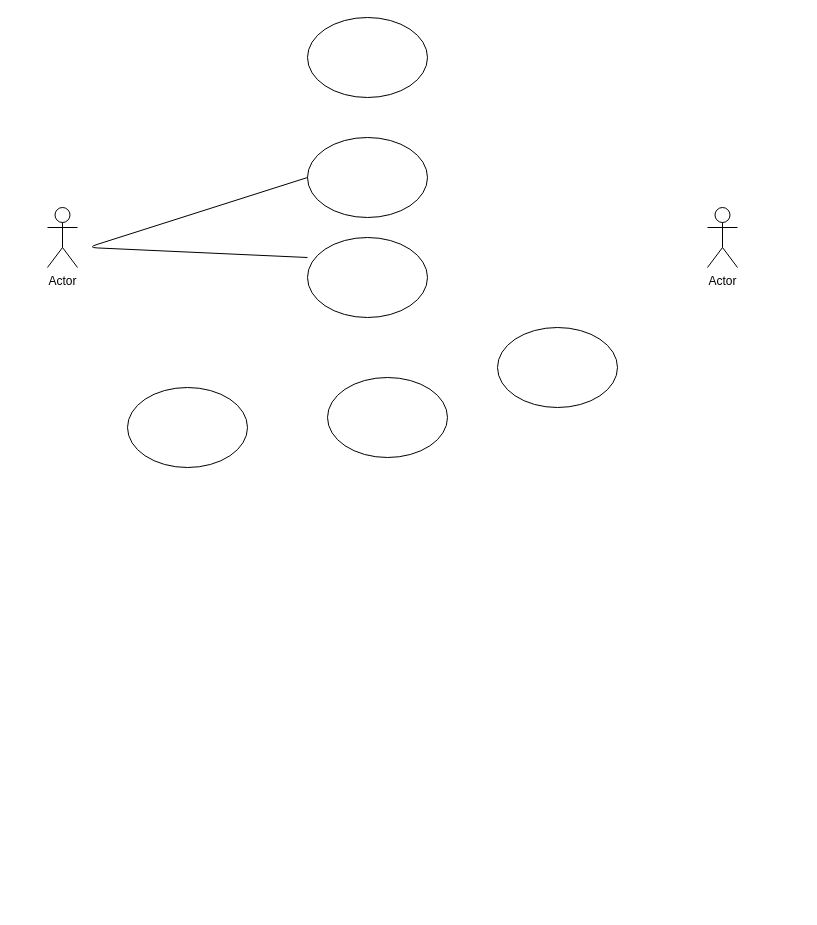
Earlier version of the draw.io diagram use_cas.dio (KHADIJALAHMAR/projet_fils_rouge). Source tidied: cells renumbered, new cells numbered last; positions are measured from the earlier drawing's top-left corner, leaving out a move shared by most shapes. Both pictures are drawn from the tidied source at 100%, with x=0, y=0 at pixel (47, 17).
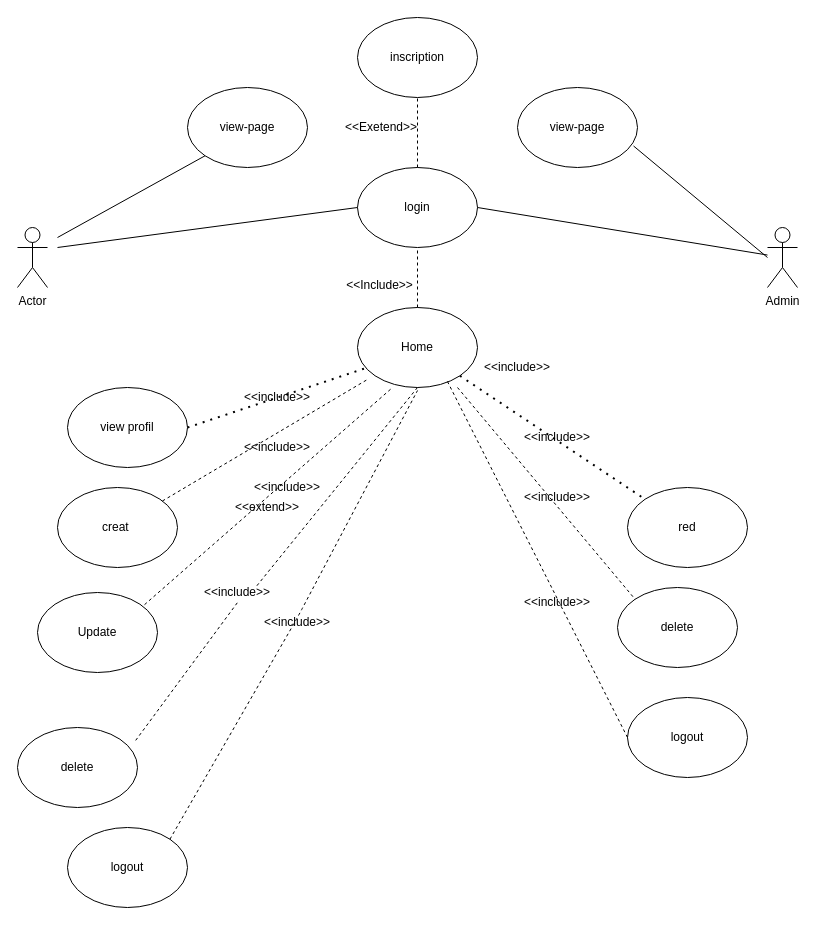
After the change.

Commit message (it also covers changes not shown here):
modification_useCase

What changed in the source:
```diff
@@
-    <mxCell id="2" value="Actor" style="shape=umlActor;verticalLabelPosition=bottom;verticalAlign=top;html=1;" parent="1" vertex="1">
-      <mxGeometry y="190" width="30" height="60" as="geometry" />
-    </mxCell>
-    <mxCell id="3" value="Actor" style="shape=umlActor;verticalLabelPosition=bottom;verticalAlign=top;html=1;" parent="1" vertex="1">
-      <mxGeometry x="660" y="190" width="30" height="60" as="geometry" />
-    </mxCell>
-    <mxCell id="4" style="ellipse;whiteSpace=wrap;html=1;" parent="1" vertex="1">
-      <mxGeometry x="280" y="360" width="120" height="80" as="geometry" />
+    <mxCell id="4" value="Home" style="ellipse;whiteSpace=wrap;html=1;" parent="1" vertex="1">
+      <mxGeometry x="310" y="290" width="120" height="80" as="geometry" />
     </mxCell>
-    <mxCell id="5" style="ellipse;whiteSpace=wrap;html=1;" parent="1" vertex="1">
-      <mxGeometry x="450" y="310" width="120" height="80" as="geometry" />
+    <mxCell id="5" value="view-page" style="ellipse;whiteSpace=wrap;html=1;" parent="1" vertex="1">
+      <mxGeometry x="140" y="70" width="120" height="80" as="geometry" />
     </mxCell>
-    <mxCell id="6" style="ellipse;whiteSpace=wrap;html=1;" parent="1" vertex="1">
-      <mxGeometry x="260" y="220" width="120" height="80" as="geometry" />
+    <mxCell id="6" value="creat&amp;nbsp;" style="ellipse;whiteSpace=wrap;html=1;" parent="1" vertex="1">
+      <mxGeometry x="10" y="470" width="120" height="80" as="geometry" />
     </mxCell>
-    <mxCell id="7" style="ellipse;whiteSpace=wrap;html=1;" parent="1" vertex="1">
-      <mxGeometry x="80" y="370" width="120" height="80" as="geometry" />
+    <mxCell id="7" value="Update" style="ellipse;whiteSpace=wrap;html=1;" parent="1" vertex="1">
+      <mxGeometry x="-10" y="575" width="120" height="80" as="geometry" />
     </mxCell>
-    <mxCell id="8" style="ellipse;whiteSpace=wrap;html=1;" parent="1" vertex="1">
-      <mxGeometry x="260" y="120" width="120" height="80" as="geometry" />
+    <mxCell id="8" value="login" style="ellipse;whiteSpace=wrap;html=1;" parent="1" vertex="1">
+      <mxGeometry x="310" y="150" width="120" height="80" as="geometry" />
     </mxCell>
-    <mxCell id="9" style="ellipse;whiteSpace=wrap;html=1;" parent="1" vertex="1">
-      <mxGeometry x="260" width="120" height="80" as="geometry" />
+    <mxCell id="9" value="inscription" style="ellipse;whiteSpace=wrap;html=1;" parent="1" vertex="1">
+      <mxGeometry x="310" width="120" height="80" as="geometry" />
     </mxCell>
-    <mxCell id="10" style="endArrow=none;html=1;entryX=0;entryY=0.5;entryDx=0;entryDy=0;" parent="1" edge="1" target="8">
-      <mxGeometry relative="1" as="geometry">
-        <mxPoint x="260" y="240" as="sourcePoint" />
-        <Array as="points">
-          <mxPoint x="40" y="230" />
-        </Array>
-      </mxGeometry>
-    </mxCell>
+    <mxCell id="11" style="endArrow=none;dashed=1;html=1;entryX=0.5;entryY=1;entryDx=0;entryDy=0;exitX=0.5;exitY=0;exitDx=0;exitDy=0;" parent="1" edge="1" source="8" target="9">
+      <mxGeometry relative="1" as="geometry" />
+    </mxCell>
+    <mxCell id="12" value="&amp;lt;&amp;lt;Exetend&amp;gt;&amp;gt;" style="text;html=1;strokeColor=none;fillColor=none;align=center;verticalAlign=middle;whiteSpace=wrap;rounded=0;" parent="1" vertex="1">
+      <mxGeometry x="304" y="100" width="60" height="20" as="geometry" />
+    </mxCell>
+    <mxCell id="13" value="&amp;lt;&amp;lt;Include&amp;gt;&amp;gt;" style="text;html=1;strokeColor=none;fillColor=none;align=center;verticalAlign=middle;whiteSpace=wrap;rounded=0;rotation=0;" parent="1" vertex="1">
+      <mxGeometry x="320" y="260" width="25" height="15" as="geometry" />
+    </mxCell>
+    <mxCell id="14" style="endArrow=none;dashed=1;html=1;exitX=0.5;exitY=0;exitDx=0;exitDy=0;" parent="1" edge="1" source="4">
+      <mxGeometry relative="1" as="geometry">
+        <mxPoint x="370" y="230" as="targetPoint" />
+      </mxGeometry>
+    </mxCell>
+    <mxCell id="15" value="delete" style="ellipse;whiteSpace=wrap;html=1;" parent="1" vertex="1">
+      <mxGeometry x="-30" y="710" width="120" height="80" as="geometry" />
+    </mxCell>
+    <mxCell id="16" value="red" style="ellipse;whiteSpace=wrap;html=1;" parent="1" vertex="1">
+      <mxGeometry x="580" y="470" width="120" height="80" as="geometry" />
+    </mxCell>
+    <mxCell id="17" value="delete" style="ellipse;whiteSpace=wrap;html=1;" parent="1" vertex="1">
+      <mxGeometry x="570" y="570" width="120" height="80" as="geometry" />
+    </mxCell>
+    <mxCell id="18" value="logout" style="ellipse;whiteSpace=wrap;html=1;" parent="1" vertex="1">
+      <mxGeometry x="580" y="680" width="120" height="80" as="geometry" />
+    </mxCell>
+    <mxCell id="19" value="logout" style="ellipse;whiteSpace=wrap;html=1;" parent="1" vertex="1">
+      <mxGeometry x="20" y="810" width="120" height="80" as="geometry" />
+    </mxCell>
+    <mxCell id="20" value="view profil" style="ellipse;whiteSpace=wrap;html=1;" parent="1" vertex="1">
+      <mxGeometry x="20" y="370" width="120" height="80" as="geometry" />
+    </mxCell>
+    <mxCell id="21" value="&lt;span&gt;view-page&lt;/span&gt;" style="ellipse;whiteSpace=wrap;html=1;" parent="1" vertex="1">
+      <mxGeometry x="470" y="70" width="120" height="80" as="geometry" />
+    </mxCell>
+    <mxCell id="22" style="endArrow=none;html=1;entryX=0.967;entryY=0.731;entryDx=0;entryDy=0;entryPerimeter=0;" parent="1" edge="1" target="21">
+      <mxGeometry relative="1" as="geometry">
+        <mxPoint x="720" y="240" as="sourcePoint" />
+      </mxGeometry>
+    </mxCell>
+    <mxCell id="23" value="Actor" style="shape=umlActor;verticalLabelPosition=bottom;verticalAlign=top;html=1;" parent="1" vertex="1">
+      <mxGeometry x="-30" y="210" width="30" height="60" as="geometry" />
+    </mxCell>
+    <mxCell id="24" value="Admin" style="shape=umlActor;verticalLabelPosition=bottom;verticalAlign=top;html=1;outlineConnect=0;" parent="1" vertex="1">
+      <mxGeometry x="720" y="210" width="30" height="60" as="geometry" />
+    </mxCell>
+    <mxCell id="25" style="endArrow=none;dashed=1;html=1;dashPattern=1 3;strokeWidth=2;exitX=1;exitY=0.5;exitDx=0;exitDy=0;" parent="1" edge="1" source="20">
+      <mxGeometry relative="1" as="geometry">
+        <mxPoint x="320" y="350" as="targetPoint" />
+      </mxGeometry>
+    </mxCell>
+    <mxCell id="26" style="endArrow=none;dashed=1;html=1;dashPattern=1 3;strokeWidth=2;exitX=1;exitY=1;exitDx=0;exitDy=0;" parent="1" edge="1" source="4" target="16">
+      <mxGeometry relative="1" as="geometry" />
+    </mxCell>
+    <mxCell id="27" value="&amp;lt;&amp;lt;include&amp;gt;&amp;gt;" style="text;html=1;strokeColor=none;fillColor=none;align=center;verticalAlign=middle;whiteSpace=wrap;rounded=0;" parent="1" vertex="1">
+      <mxGeometry x="450" y="340" width="40" height="20" as="geometry" />
+    </mxCell>
+    <mxCell id="28" value="&amp;lt;&amp;lt;include&amp;gt;&amp;gt;" style="text;html=1;strokeColor=none;fillColor=none;align=center;verticalAlign=middle;whiteSpace=wrap;rounded=0;" parent="1" vertex="1">
+      <mxGeometry x="210" y="370" width="40" height="20" as="geometry" />
+    </mxCell>
+    <mxCell id="29" style="endArrow=none;html=1;entryX=0;entryY=0.5;entryDx=0;entryDy=0;" parent="1" edge="1" target="8">
+      <mxGeometry relative="1" as="geometry">
+        <mxPoint x="10" y="230" as="sourcePoint" />
+      </mxGeometry>
+    </mxCell>
+    <mxCell id="30" style="endArrow=none;html=1;entryX=0;entryY=1;entryDx=0;entryDy=0;" parent="1" edge="1" target="5">
+      <mxGeometry relative="1" as="geometry">
+        <mxPoint x="10" y="220" as="sourcePoint" />
+      </mxGeometry>
+    </mxCell>
+    <mxCell id="31" style="endArrow=none;dashed=1;html=1;exitX=0.892;exitY=0.152;exitDx=0;exitDy=0;exitPerimeter=0;entryX=0.28;entryY=1.016;entryDx=0;entryDy=0;entryPerimeter=0;" parent="1" edge="1" source="7" target="4">
+      <mxGeometry relative="1" as="geometry" />
+    </mxCell>
+    <mxCell id="32" style="endArrow=none;dashed=1;html=1;entryX=0.075;entryY=0.907;entryDx=0;entryDy=0;entryPerimeter=0;" parent="1" edge="1" source="6" target="4">
+      <mxGeometry relative="1" as="geometry" />
+    </mxCell>
+    <mxCell id="33" value="&amp;lt;&amp;lt;include&amp;gt;&amp;gt;" style="text;html=1;strokeColor=none;fillColor=none;align=center;verticalAlign=middle;whiteSpace=wrap;rounded=0;" parent="1" vertex="1">
+      <mxGeometry x="210" y="420" width="40" height="20" as="geometry" />
+    </mxCell>
+    <mxCell id="34" style="endArrow=none;dashed=1;html=1;exitX=0.985;exitY=0.161;exitDx=0;exitDy=0;exitPerimeter=0;entryX=0.5;entryY=1;entryDx=0;entryDy=0;startArrow=none;" parent="1" edge="1" source="45" target="4">
+      <mxGeometry relative="1" as="geometry" />
+    </mxCell>
+    <mxCell id="35" value="&amp;lt;&amp;lt;extend&amp;gt;&amp;gt;" style="text;html=1;strokeColor=none;fillColor=none;align=center;verticalAlign=middle;whiteSpace=wrap;rounded=0;" parent="1" vertex="1">
+      <mxGeometry x="200" y="480" width="40" height="20" as="geometry" />
+    </mxCell>
+    <mxCell id="36" style="endArrow=none;dashed=1;html=1;exitX=1;exitY=0;exitDx=0;exitDy=0;" parent="1" edge="1" source="19">
+      <mxGeometry relative="1" as="geometry">
+        <mxPoint x="370" y="373" as="targetPoint" />
+        <Array as="points">
+          <mxPoint x="250" y="600" />
+        </Array>
+      </mxGeometry>
+    </mxCell>
+    <mxCell id="37" value="&amp;lt;&amp;lt;include&amp;gt;&amp;gt;" style="text;html=1;strokeColor=none;fillColor=none;align=center;verticalAlign=middle;whiteSpace=wrap;rounded=0;" parent="1" vertex="1">
+      <mxGeometry x="230" y="595" width="40" height="20" as="geometry" />
+    </mxCell>
+    <mxCell id="38" style="endArrow=none;dashed=1;html=1;entryX=0;entryY=0;entryDx=0;entryDy=0;" parent="1" edge="1" target="17">
+      <mxGeometry relative="1" as="geometry">
+        <mxPoint x="410" y="370" as="sourcePoint" />
+      </mxGeometry>
+    </mxCell>
+    <mxCell id="39" value="&amp;lt;&amp;lt;include&amp;gt;&amp;gt;" style="text;html=1;strokeColor=none;fillColor=none;align=center;verticalAlign=middle;whiteSpace=wrap;rounded=0;" parent="1" vertex="1">
+      <mxGeometry x="490" y="410" width="40" height="20" as="geometry" />
+    </mxCell>
+    <mxCell id="40" value="&amp;lt;&amp;lt;include&amp;gt;&amp;gt;" style="text;html=1;strokeColor=none;fillColor=none;align=center;verticalAlign=middle;whiteSpace=wrap;rounded=0;" parent="1" vertex="1">
+      <mxGeometry x="490" y="470" width="40" height="20" as="geometry" />
+    </mxCell>
+    <mxCell id="41" value="&amp;lt;&amp;lt;include&amp;gt;&amp;gt;" style="text;html=1;strokeColor=none;fillColor=none;align=center;verticalAlign=middle;whiteSpace=wrap;rounded=0;" parent="1" vertex="1">
+      <mxGeometry x="490" y="575" width="40" height="20" as="geometry" />
+    </mxCell>
+    <mxCell id="42" style="endArrow=none;dashed=1;html=1;exitX=0;exitY=0.5;exitDx=0;exitDy=0;entryX=0.745;entryY=0.911;entryDx=0;entryDy=0;entryPerimeter=0;" parent="1" edge="1" source="18" target="4">
+      <mxGeometry relative="1" as="geometry" />
+    </mxCell>
+    <mxCell id="43" value="&amp;lt;&amp;lt;include&amp;gt;&amp;gt;" style="text;html=1;strokeColor=none;fillColor=none;align=center;verticalAlign=middle;whiteSpace=wrap;rounded=0;" parent="1" vertex="1">
+      <mxGeometry x="220" y="460" width="40" height="20" as="geometry" />
+    </mxCell>
+    <mxCell id="44" style="endArrow=none;html=1;entryX=1;entryY=0.5;entryDx=0;entryDy=0;" parent="1" edge="1" source="24" target="8">
+      <mxGeometry relative="1" as="geometry" />
+    </mxCell>
+    <mxCell id="45" value="&amp;lt;&amp;lt;include&amp;gt;&amp;gt;" style="text;html=1;strokeColor=none;fillColor=none;align=center;verticalAlign=middle;whiteSpace=wrap;rounded=0;" parent="1" vertex="1">
+      <mxGeometry x="170" y="565" width="40" height="20" as="geometry" />
+    </mxCell>
+    <mxCell id="46" style="endArrow=none;dashed=1;html=1;exitX=0.985;exitY=0.161;exitDx=0;exitDy=0;exitPerimeter=0;entryX=0.5;entryY=1;entryDx=0;entryDy=0;" parent="1" edge="1" source="15" target="45">
+      <mxGeometry relative="1" as="geometry" />
+    </mxCell>
```
